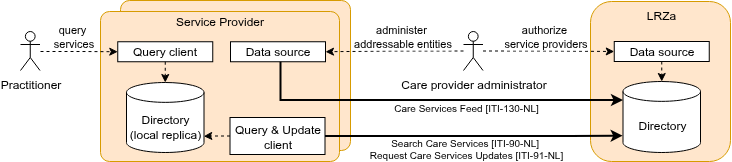
Earlier version of the draw.io export input/images/careservices-overview-transactions.png (minvws/generiekefuncties-docs). Source tidied: cells renumbered, new cells last; positions are measured from the earlier drawing's top-left corner, leaving out a move shared by most shapes.
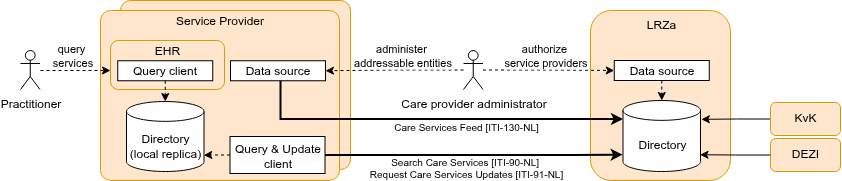
The same file after the commit.

What changed in the source:
```diff
@@ -3,13 +3,13 @@
     <mxCell id="0" />
     <mxCell id="1" parent="0" />
     <mxCell id="2" style="rounded=1;whiteSpace=wrap;html=1;verticalAlign=top;align=center;fillColor=#ffe6cc;strokeColor=#d79b00;horizontal=1;arcSize=6;spacingTop=-4;" parent="1" vertex="1">
-      <mxGeometry x="100" width="230" height="150" as="geometry" />
+      <mxGeometry x="100" y="-19" width="230" height="169" as="geometry" />
     </mxCell>
     <mxCell id="3" value="Service Provider" style="rounded=1;whiteSpace=wrap;html=1;verticalAlign=top;align=center;fillColor=#ffe6cc;strokeColor=#d79b00;horizontal=1;arcSize=6;spacingTop=-4;" parent="1" vertex="1">
-      <mxGeometry x="80" y="11" width="239" height="150" as="geometry" />
+      <mxGeometry x="80" y="-9" width="239" height="170" as="geometry" />
     </mxCell>
     <mxCell id="4" value="LRZa" style="rounded=1;whiteSpace=wrap;html=1;verticalAlign=top;align=center;fillColor=#ffe6cc;strokeColor=#d79b00;spacingLeft=9;horizontal=1;spacingRight=7;" parent="1" vertex="1">
-      <mxGeometry x="570" y="1" width="140" height="160" as="geometry" />
+      <mxGeometry x="570" y="-9" width="140" height="170" as="geometry" />
     </mxCell>
     <mxCell id="5" value="&lt;div&gt;Directory&lt;/div&gt;" style="shape=cylinder3;whiteSpace=wrap;html=1;boundedLbl=1;backgroundOutline=1;size=9.928571428571502;" parent="1" vertex="1">
       <mxGeometry x="602.5" y="81" width="77.5" height="71" as="geometry" />
@@ -56,16 +56,6 @@
     <mxCell id="16" style="edgeStyle=orthogonalEdgeStyle;rounded=0;jettySize=auto;html=1;entryX=0.997;entryY=0.768;entryDx=0;entryDy=0;entryPerimeter=0;dashed=1;" parent="1" edge="1" source="6" target="12">
       <mxGeometry relative="1" as="geometry" />
     </mxCell>
-    <mxCell id="17" style="edgeStyle=orthogonalEdgeStyle;rounded=0;jettySize=auto;html=1;entryX=0;entryY=0.5;entryDx=0;entryDy=0;dashed=1;" parent="1" edge="1" target="14">
-      <mxGeometry relative="1" as="geometry">
-        <mxPoint x="20" y="51" as="sourcePoint" />
-      </mxGeometry>
-    </mxCell>
-    <mxCell id="18" value="query&amp;nbsp;&lt;div&gt;services&lt;/div&gt;" style="edgeLabel;html=1;align=center;verticalAlign=middle;" parent="17" vertex="1">
-      <mxGeometry x="-0.7" relative="1" as="geometry">
-        <mxPoint x="20" y="-16" as="offset" />
-      </mxGeometry>
-    </mxCell>
     <mxCell id="19" style="edgeStyle=orthogonalEdgeStyle;rounded=0;jettySize=auto;html=1;entryX=0;entryY=0.5;entryDx=0;entryDy=0;dashed=1;" parent="1" edge="1" source="23" target="7">
       <mxGeometry relative="1" as="geometry" />
     </mxCell>
@@ -88,8 +78,36 @@
     <mxCell id="24" value="Practitioner" style="shape=umlActor;verticalLabelPosition=bottom;verticalAlign=top;html=1;" parent="1" vertex="1">
       <mxGeometry y="31" width="19.5" height="39" as="geometry" />
     </mxCell>
+    <mxCell id="26" value="EHR" style="rounded=1;whiteSpace=wrap;html=1;verticalAlign=top;align=center;fillColor=none;strokeColor=#d79b00;horizontal=1;arcSize=16;spacingTop=-4;" parent="1" vertex="1">
+      <mxGeometry x="90" y="21" width="114" height="49" as="geometry" />
+    </mxCell>
+    <mxCell id="17" style="edgeStyle=orthogonalEdgeStyle;rounded=0;orthogonalLoop=1;jettySize=auto;html=1;dashed=1;" parent="1" edge="1">
+      <mxGeometry relative="1" as="geometry">
+        <mxPoint x="20" y="51" as="sourcePoint" />
+        <mxPoint x="90" y="51" as="targetPoint" />
+      </mxGeometry>
+    </mxCell>
+    <mxCell id="18" value="query&amp;nbsp;&lt;div&gt;services&lt;/div&gt;" style="edgeLabel;html=1;align=center;verticalAlign=middle;" parent="17" vertex="1">
+      <mxGeometry x="-0.7" relative="1" as="geometry">
+        <mxPoint x="20" y="-16" as="offset" />
+      </mxGeometry>
+    </mxCell>
     <mxCell id="25" style="edgeStyle=none;jettySize=auto;html=1;rounded=0;dashed=1;entryX=0.5;entryY=0;entryDx=0;entryDy=0;entryPerimeter=0;exitX=0.5;exitY=1;exitDx=0;exitDy=0;" parent="1" edge="1" source="14" target="12">
       <mxGeometry relative="1" as="geometry" />
     </mxCell>
+    <mxCell id="27" style="edgeStyle=orthogonalEdgeStyle;rounded=0;jettySize=auto;html=1;entryX=1.011;entryY=0.209;entryDx=0;entryDy=0;entryPerimeter=0;" parent="1" edge="1" source="28">
+      <mxGeometry relative="1" as="geometry">
+        <mxPoint x="680.9" y="99.8" as="targetPoint" />
+      </mxGeometry>
+    </mxCell>
+    <mxCell id="28" value="KvK" style="rounded=1;whiteSpace=wrap;html=1;verticalAlign=middle;align=center;fillColor=#ffe6cc;strokeColor=#d79b00;horizontal=1;arcSize=16;spacingTop=-4;" parent="1" vertex="1">
+      <mxGeometry x="750" y="83" width="70" height="33" as="geometry" />
+    </mxCell>
+    <mxCell id="29" value="DEZI" style="rounded=1;whiteSpace=wrap;html=1;verticalAlign=middle;align=center;fillColor=#ffe6cc;strokeColor=#d79b00;horizontal=1;arcSize=16;spacingTop=-4;" parent="1" vertex="1">
+      <mxGeometry x="750" y="119" width="70" height="33" as="geometry" />
+    </mxCell>
+    <mxCell id="30" style="edgeStyle=orthogonalEdgeStyle;rounded=0;jettySize=auto;html=1;entryX=0.994;entryY=0.764;entryDx=0;entryDy=0;entryPerimeter=0;" parent="1" edge="1" source="29" target="5">
+      <mxGeometry relative="1" as="geometry" />
+    </mxCell>
   </root>
 </mxGraphModel>
```
